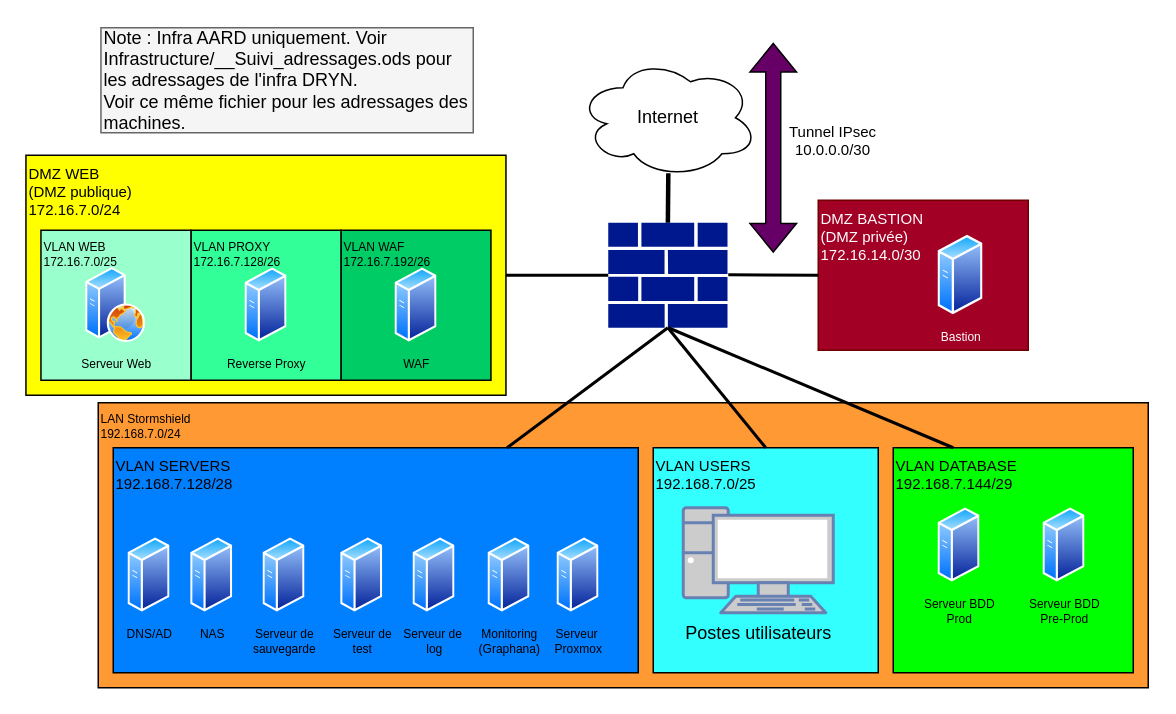
Before: Infrastructure/Schema-Infrastructure.drawio in Greta-Ardeche-Drome/wizards-n-dice, a draw.io diagram. Source tidied: cells renumbered, new cells numbered last; positions are measured from the earlier drawing's top-left corner, leaving out a move shared by most shapes. Both pictures are drawn from the tidied source at 150%, with x=0, y=0 at pixel (26, 27).
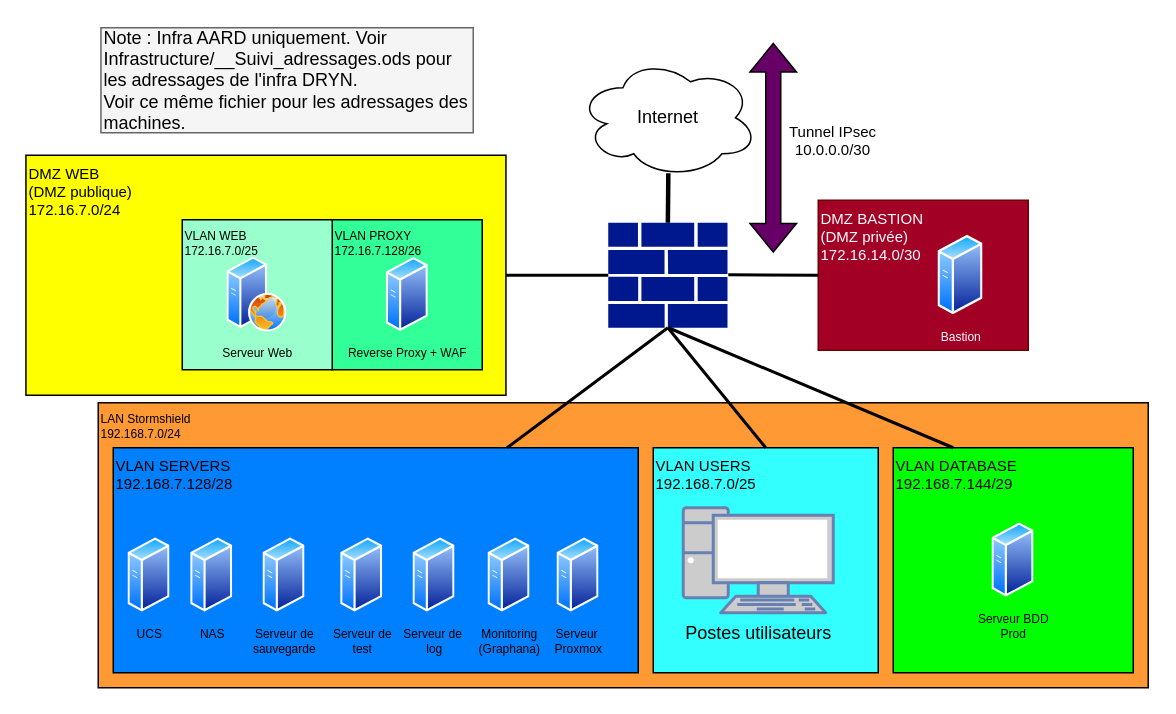
After the change.

Commit message:
Changement schéma infrastructure

Changement schéma infrastructure

Par Arthur

What changed in the source:
```diff
@@
-    <mxCell id="3" value="VLAN WAF&lt;div&gt;172.16.7.192/26&lt;/div&gt;" style="rounded=0;whiteSpace=wrap;html=1;fillColor=#00CC66;align=left;verticalAlign=top;fontSize=8;fontColor=#000000;" parent="1" vertex="1">
-      <mxGeometry x="209.8" y="135" width="100" height="100" as="geometry" />
-    </mxCell>
     <mxCell id="4" value="VLAN PROXY&lt;div&gt;172.16.7.128/26&lt;/div&gt;" style="rounded=0;whiteSpace=wrap;html=1;fillColor=#33FF99;align=left;verticalAlign=top;fontSize=8;fontColor=#000000;" parent="1" vertex="1">
-      <mxGeometry x="109.8" y="135" width="100" height="100" as="geometry" />
+      <mxGeometry x="204" y="128" width="100" height="100" as="geometry" />
     </mxCell>
     <mxCell id="5" value="VLAN WEB&lt;div&gt;172.16.7.0/25&lt;/div&gt;" style="rounded=0;whiteSpace=wrap;html=1;fillColor=#99FFCC;align=left;verticalAlign=top;fontColor=#000000;fontSize=8;" parent="1" vertex="1">
-      <mxGeometry x="9.8" y="135" width="100" height="100" as="geometry" />
+      <mxGeometry x="104" y="128" width="100" height="100" as="geometry" />
     </mxCell>
@@
     <mxCell id="11" value="Serveur Web" style="image;perimeter=ellipsePerimeter;html=1;align=center;shadow=0;dashed=0;spacingTop=3;image=img/lib/active_directory/web_server.svg;labelBackgroundColor=none;fontColor=#000000;fontSize=8;" parent="1" vertex="1">
-      <mxGeometry x="39.8" y="160" width="40" height="50" as="geometry" />
+      <mxGeometry x="134" y="153" width="40" height="50" as="geometry" />
     </mxCell>
-    <mxCell id="12" value="Reverse Proxy" style="image;perimeter=ellipsePerimeter;html=1;align=center;shadow=0;dashed=0;spacingTop=3;image=img/lib/active_directory/generic_server.svg;labelBackgroundColor=none;fontColor=#000000;fontSize=8;" parent="1" vertex="1">
-      <mxGeometry x="146" y="160" width="28" height="50" as="geometry" />
+    <mxCell id="12" value="Reverse Proxy + WAF" style="image;perimeter=ellipsePerimeter;html=1;align=center;shadow=0;dashed=0;spacingTop=3;image=img/lib/active_directory/generic_server.svg;labelBackgroundColor=none;fontColor=#000000;fontSize=8;" parent="1" vertex="1">
+      <mxGeometry x="240.2" y="153" width="28" height="50" as="geometry" />
     </mxCell>
-    <mxCell id="13" value="WAF" style="image;perimeter=ellipsePerimeter;html=1;align=center;shadow=0;dashed=0;spacingTop=3;image=img/lib/active_directory/generic_server.svg;labelBackgroundColor=none;fontColor=#000000;fontSize=8;" parent="1" vertex="1">
-      <mxGeometry x="246" y="160" width="28" height="50" as="geometry" />
-    </mxCell>
@@
-    <mxCell id="21" value="DNS/AD" style="image;perimeter=ellipsePerimeter;html=1;align=center;shadow=0;dashed=0;spacingTop=3;image=img/lib/active_directory/generic_server.svg;labelBackgroundColor=none;fontColor=#000000;fontSize=8;" parent="1" vertex="1">
+    <mxCell id="21" value="UCS" style="image;perimeter=ellipsePerimeter;html=1;align=center;shadow=0;dashed=0;spacingTop=3;image=img/lib/active_directory/generic_server.svg;labelBackgroundColor=none;fontColor=#000000;fontSize=8;" parent="1" vertex="1">
       <mxGeometry x="68" y="340" width="28" height="50" as="geometry" />
     </mxCell>
     <mxCell id="22" value="Serveur BDD&lt;div&gt;Prod&lt;/div&gt;" style="image;perimeter=ellipsePerimeter;html=1;align=center;shadow=0;dashed=0;spacingTop=3;image=img/lib/active_directory/generic_server.svg;labelBackgroundColor=none;fontColor=#000000;fontSize=8;" parent="1" vertex="1">
-      <mxGeometry x="608" y="320" width="28" height="50" as="geometry" />
+      <mxGeometry x="644" y="330" width="28" height="50" as="geometry" />
     </mxCell>
-    <mxCell id="23" value="Serveur BDD&lt;div&gt;Pre-Prod&lt;/div&gt;" style="image;perimeter=ellipsePerimeter;html=1;align=center;shadow=0;dashed=0;spacingTop=3;image=img/lib/active_directory/generic_server.svg;labelBackgroundColor=none;fontColor=#000000;fontSize=8;" parent="1" vertex="1">
-      <mxGeometry x="678" y="320" width="28" height="50" as="geometry" />
-    </mxCell>
```
